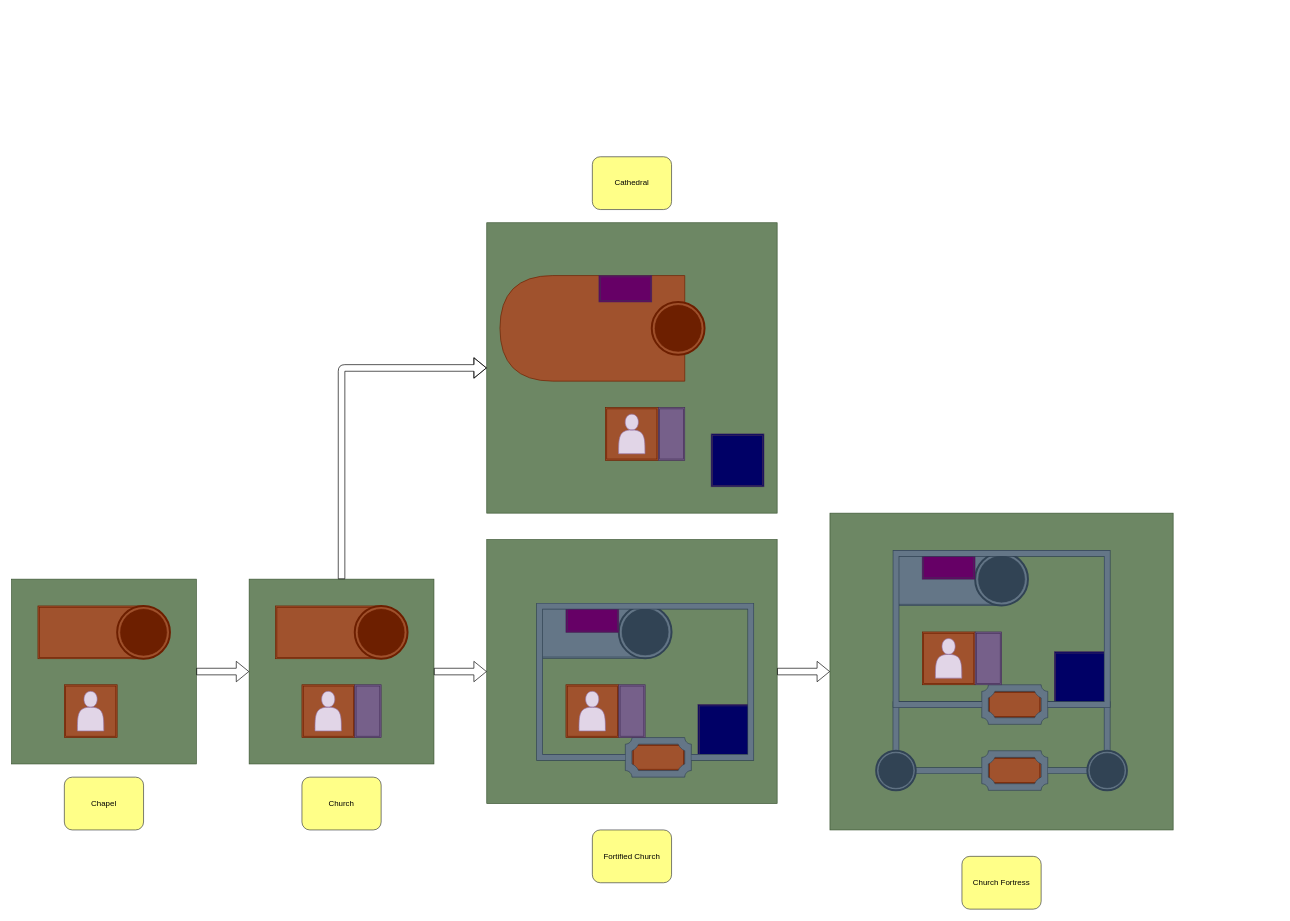
WiebedeBoer/middle3D keeps this draw.io diagram as page "Clergy" (3 of 4) of manual/castle_design/fortifications.drawio. Above is the earlier version. Source tidied: cells renumbered, new cells numbered last; positions are measured from the earlier drawing's top-left corner, leaving out a move shared by most shapes. Both pictures are drawn from the tidied source at 66%, with x=0, y=0 at pixel (11, 156).
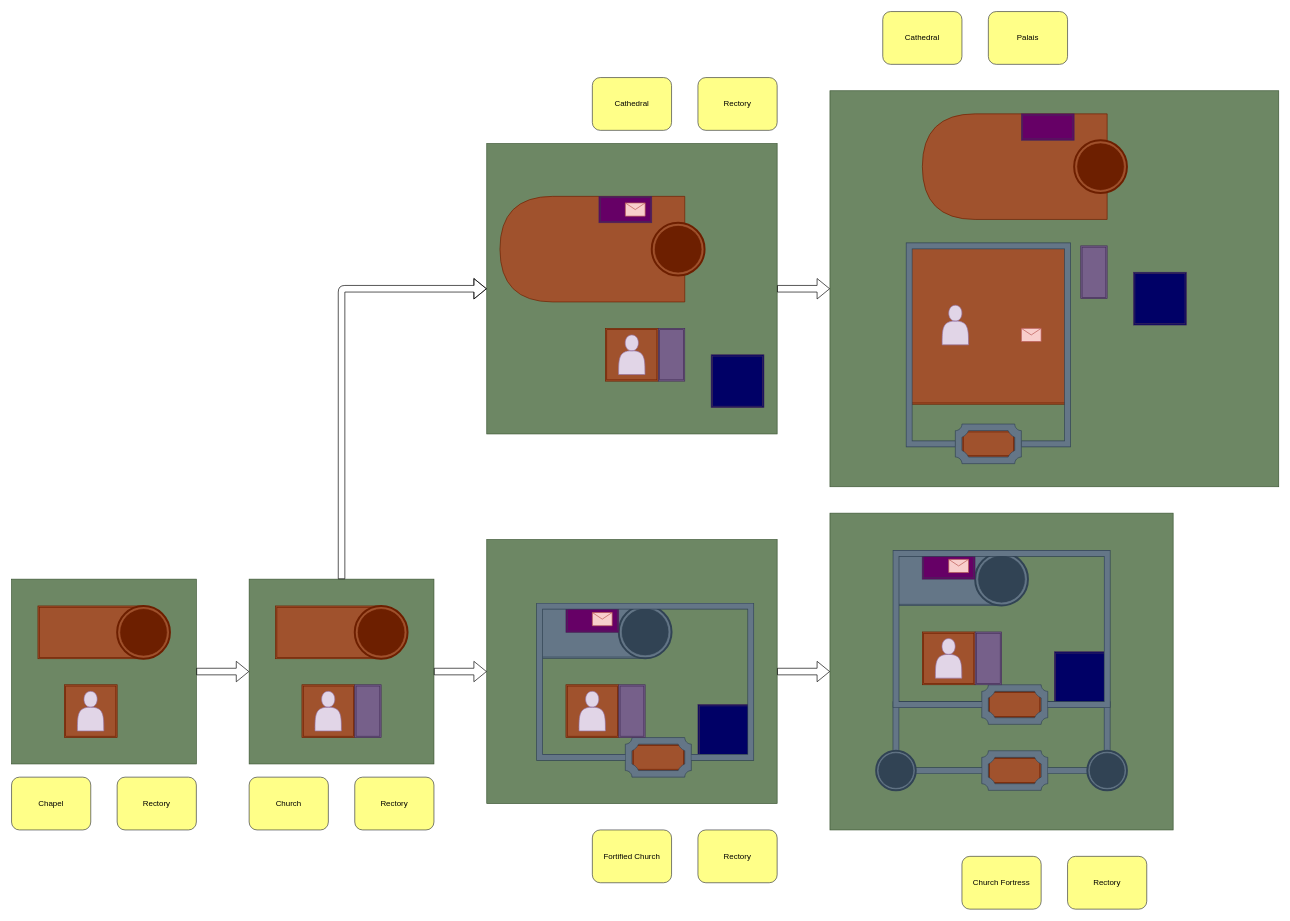
Above is the later version.

The change refers to these unchanged cells:
```xml
<mxCell id="13" style="rounded=0;whiteSpace=wrap;html=1;fillColor=#6d8764;strokeColor=#3A5431;fontColor=#ffffff;" parent="1" vertex="1">
  <mxGeometry x="360" y="640" width="280" height="280" as="geometry" />
</mxCell>
```

Change to the diagram source:
```diff
@@
+    <mxCell id="60" style="rounded=0;whiteSpace=wrap;html=1;fillColor=#6d8764;strokeColor=#3A5431;fontColor=#ffffff;" parent="1" vertex="1">
+      <mxGeometry x="1240" y="-100" width="680" height="600" as="geometry" />
+    </mxCell>
+    <mxCell id="61" style="shape=ext;double=1;rounded=0;whiteSpace=wrap;html=1;fillColor=#a0522d;strokeColor=#6D1F00;fontColor=#ffffff;" parent="1" vertex="1">
+      <mxGeometry x="1440" y="415" width="80" height="40" as="geometry" />
+    </mxCell>
@@
     <mxCell id="8" value="Chapel" style="rounded=1;whiteSpace=wrap;html=1;shadow=0;fillColor=#ffff88;strokeColor=#36393d;" parent="1" vertex="1">
-      <mxGeometry x="80" y="940" width="120" height="80" as="geometry" />
+      <mxGeometry y="940" width="120" height="80" as="geometry" />
     </mxCell>
@@
     <mxCell id="14" value="Church" style="rounded=1;whiteSpace=wrap;html=1;shadow=0;fillColor=#ffff88;strokeColor=#36393d;" parent="1" vertex="1">
-      <mxGeometry x="440" y="940" width="120" height="80" as="geometry" />
+      <mxGeometry x="360" y="940" width="120" height="80" as="geometry" />
     </mxCell>
@@
     <mxCell id="19" style="rounded=0;whiteSpace=wrap;html=1;fillColor=#6d8764;strokeColor=#3A5431;fontColor=#ffffff;" parent="1" vertex="1">
-      <mxGeometry x="720" y="100" width="440" height="440" as="geometry" />
+      <mxGeometry x="720" y="-20" width="440" height="440" as="geometry" />
     </mxCell>
     <mxCell id="20" value="Cathedral" style="rounded=1;whiteSpace=wrap;html=1;shadow=0;fillColor=#ffff88;strokeColor=#36393d;" parent="1" vertex="1">
-      <mxGeometry x="880" width="120" height="80" as="geometry" />
+      <mxGeometry x="880" y="-120" width="120" height="80" as="geometry" />
     </mxCell>
     <mxCell id="21" style="shape=ext;double=1;rounded=0;whiteSpace=wrap;html=1;fillColor=#a0522d;strokeColor=#6D1F00;fontColor=#ffffff;" parent="1" vertex="1">
-      <mxGeometry x="899.8" y="380" width="80" height="80" as="geometry" />
+      <mxGeometry x="899.8" y="260" width="80" height="80" as="geometry" />
     </mxCell>
     <mxCell id="22" style="shape=actor;whiteSpace=wrap;html=1;fillColor=#e1d5e7;strokeColor=#9673a6;" parent="1" vertex="1">
-      <mxGeometry x="919.8" y="390" width="40" height="60" as="geometry" />
+      <mxGeometry x="919.8" y="270" width="40" height="60" as="geometry" />
     </mxCell>
     <mxCell id="23" style="shape=delay;whiteSpace=wrap;html=1;fillColor=#a0522d;strokeColor=#6D1F00;fontColor=#ffffff;direction=west;" parent="1" vertex="1">
-      <mxGeometry x="740" y="180" width="280" height="160" as="geometry" />
+      <mxGeometry x="740" y="60" width="280" height="160" as="geometry" />
     </mxCell>
     <mxCell id="24" style="shape=mxgraph.bpmn.shape;html=1;verticalLabelPosition=bottom;labelBackgroundColor=#ffffff;verticalAlign=top;align=center;perimeter=ellipsePerimeter;outline=end;symbol=terminate;fillColor=#a0522d;strokeColor=#6D1F00;fontColor=#ffffff;" parent="1" vertex="1">
-      <mxGeometry x="970" y="220" width="80" height="80" as="geometry" />
+      <mxGeometry x="970" y="100" width="80" height="80" as="geometry" />
     </mxCell>
@@
     <mxCell id="27" style="shape=flexArrow;endArrow=classic;html=1;entryX=0;entryY=0.5;entryDx=0;entryDy=0;exitX=0.5;exitY=0;exitDx=0;exitDy=0;" parent="1" edge="1" source="13" target="19">
       <mxGeometry relative="1" as="geometry">
         <Array as="points">
-          <mxPoint x="500" y="320" />
+          <mxPoint x="500" y="200" />
         </Array>
       </mxGeometry>
     </mxCell>
@@
     <mxCell id="49" style="shape=ext;double=1;rounded=0;whiteSpace=wrap;html=1;fillColor=#000066;strokeColor=#432D57;fontColor=#ffffff;" parent="1" vertex="1">
-      <mxGeometry x="1060" y="420" width="80" height="80" as="geometry" />
+      <mxGeometry x="1060" y="300" width="80" height="80" as="geometry" />
     </mxCell>
     <mxCell id="50" style="shape=ext;double=1;rounded=0;whiteSpace=wrap;html=1;fillColor=#76608a;strokeColor=#432D57;fontColor=#ffffff;" parent="1" vertex="1">
-      <mxGeometry x="980" y="380" width="40" height="80" as="geometry" />
+      <mxGeometry x="980" y="260" width="40" height="80" as="geometry" />
     </mxCell>
@@
     <mxCell id="54" style="shape=ext;double=1;rounded=0;whiteSpace=wrap;html=1;fillColor=#660066;strokeColor=#432D57;fontColor=#ffffff;" parent="1" vertex="1">
-      <mxGeometry x="890" y="180" width="80" height="40" as="geometry" />
+      <mxGeometry x="890" y="60" width="80" height="40" as="geometry" />
     </mxCell>
@@
+    <mxCell id="62" style="shape=delay;whiteSpace=wrap;html=1;fillColor=#a0522d;strokeColor=#6D1F00;fontColor=#ffffff;direction=west;" parent="1" vertex="1">
+      <mxGeometry x="1380" y="-65" width="280" height="160" as="geometry" />
+    </mxCell>
+    <mxCell id="63" style="shape=mxgraph.bpmn.shape;html=1;verticalLabelPosition=bottom;labelBackgroundColor=#ffffff;verticalAlign=top;align=center;perimeter=ellipsePerimeter;outline=end;symbol=terminate;fillColor=#a0522d;strokeColor=#6D1F00;fontColor=#ffffff;" parent="1" vertex="1">
+      <mxGeometry x="1610" y="-25" width="80" height="80" as="geometry" />
+    </mxCell>
+    <mxCell id="64" style="shape=ext;double=1;rounded=0;whiteSpace=wrap;html=1;fillColor=#000066;strokeColor=#432D57;fontColor=#ffffff;" parent="1" vertex="1">
+      <mxGeometry x="1700" y="175" width="80" height="80" as="geometry" />
+    </mxCell>
+    <mxCell id="65" style="shape=ext;double=1;rounded=0;whiteSpace=wrap;html=1;fillColor=#76608a;strokeColor=#432D57;fontColor=#ffffff;" parent="1" vertex="1">
+      <mxGeometry x="1620" y="135" width="40" height="80" as="geometry" />
+    </mxCell>
+    <mxCell id="66" style="shape=ext;double=1;rounded=0;whiteSpace=wrap;html=1;fillColor=#660066;strokeColor=#432D57;fontColor=#ffffff;" parent="1" vertex="1">
+      <mxGeometry x="1530" y="-65" width="80" height="40" as="geometry" />
+    </mxCell>
+    <mxCell id="67" style="shape=ext;double=1;rounded=0;whiteSpace=wrap;html=1;fillColor=#a0522d;strokeColor=#6D1F00;fontColor=#ffffff;" parent="1" vertex="1">
+      <mxGeometry x="1360" y="135" width="240" height="240" as="geometry" />
+    </mxCell>
+    <mxCell id="68" style="shape=filledEdge;rounded=0;fixDash=1;endArrow=none;strokeWidth=10;fillColor=#647687;edgeStyle=orthogonalEdgeStyle;strokeColor=#314354;entryX=1;entryY=0.5;entryDx=0;entryDy=0;entryPerimeter=0;exitX=0;exitY=0.5;exitDx=0;exitDy=0;exitPerimeter=0;" parent="1" edge="1" source="69" target="69">
+      <mxGeometry relative="1" as="geometry">
+        <Array as="points">
+          <mxPoint x="1360" y="435" />
+          <mxPoint x="1360" y="135" />
+          <mxPoint x="1600" y="135" />
+          <mxPoint x="1600" y="435" />
+        </Array>
+      </mxGeometry>
+    </mxCell>
+    <mxCell id="69" style="verticalLabelPosition=bottom;verticalAlign=top;html=1;shape=mxgraph.basic.plaque_frame;dx=10;fillColor=#647687;strokeColor=#314354;fontColor=#ffffff;shadow=0;" parent="1" vertex="1">
+      <mxGeometry x="1430" y="405" width="100" height="60" as="geometry" />
+    </mxCell>
+    <mxCell id="70" style="shape=actor;whiteSpace=wrap;html=1;fillColor=#e1d5e7;strokeColor=#9673a6;" parent="1" vertex="1">
+      <mxGeometry x="1410" y="225" width="40" height="60" as="geometry" />
+    </mxCell>
+    <mxCell id="71" value="Cathedral" style="rounded=1;whiteSpace=wrap;html=1;shadow=0;fillColor=#ffff88;strokeColor=#36393d;" parent="1" vertex="1">
+      <mxGeometry x="1320" y="-220" width="120" height="80" as="geometry" />
+    </mxCell>
+    <mxCell id="72" value="Palais" style="rounded=1;whiteSpace=wrap;html=1;shadow=0;fillColor=#ffff88;strokeColor=#36393d;" parent="1" vertex="1">
+      <mxGeometry x="1480" y="-220" width="120" height="80" as="geometry" />
+    </mxCell>
+    <mxCell id="73" style="shape=flexArrow;endArrow=classic;html=1;entryX=0;entryY=0.5;entryDx=0;entryDy=0;exitX=1;exitY=0.5;exitDx=0;exitDy=0;" parent="1" edge="1" source="19" target="60">
+      <mxGeometry relative="1" as="geometry" />
+    </mxCell>
+    <mxCell id="74" style="shape=message;whiteSpace=wrap;html=1;fillColor=#f8cecc;strokeColor=#b85450;" parent="1" vertex="1">
+      <mxGeometry x="880" y="690.6" width="30" height="20" as="geometry" />
+    </mxCell>
+    <mxCell id="75" style="shape=message;whiteSpace=wrap;html=1;fillColor=#f8cecc;strokeColor=#b85450;" parent="1" vertex="1">
+      <mxGeometry x="1420" y="610" width="30" height="20" as="geometry" />
+    </mxCell>
+    <mxCell id="76" style="shape=message;whiteSpace=wrap;html=1;fillColor=#f8cecc;strokeColor=#b85450;" parent="1" vertex="1">
+      <mxGeometry x="930" y="70" width="30" height="20" as="geometry" />
+    </mxCell>
+    <mxCell id="77" style="shape=message;whiteSpace=wrap;html=1;fillColor=#f8cecc;strokeColor=#b85450;" parent="1" vertex="1">
+      <mxGeometry x="1530" y="260" width="30" height="20" as="geometry" />
+    </mxCell>
+    <mxCell id="78" value="Rectory" style="rounded=1;whiteSpace=wrap;html=1;shadow=0;fillColor=#ffff88;strokeColor=#36393d;" parent="1" vertex="1">
+      <mxGeometry x="1040" y="-120" width="120" height="80" as="geometry" />
+    </mxCell>
+    <mxCell id="79" value="Rectory" style="rounded=1;whiteSpace=wrap;html=1;shadow=0;fillColor=#ffff88;strokeColor=#36393d;" parent="1" vertex="1">
+      <mxGeometry x="160" y="940" width="120" height="80" as="geometry" />
+    </mxCell>
+    <mxCell id="80" value="Rectory" style="rounded=1;whiteSpace=wrap;html=1;shadow=0;fillColor=#ffff88;strokeColor=#36393d;" parent="1" vertex="1">
+      <mxGeometry x="520" y="940" width="120" height="80" as="geometry" />
+    </mxCell>
+    <mxCell id="81" value="Rectory" style="rounded=1;whiteSpace=wrap;html=1;shadow=0;fillColor=#ffff88;strokeColor=#36393d;" parent="1" vertex="1">
+      <mxGeometry x="1040" y="1020" width="120" height="80" as="geometry" />
+    </mxCell>
+    <mxCell id="82" value="Rectory" style="rounded=1;whiteSpace=wrap;html=1;shadow=0;fillColor=#ffff88;strokeColor=#36393d;" parent="1" vertex="1">
+      <mxGeometry x="1600" y="1060" width="120" height="80" as="geometry" />
+    </mxCell>
```
